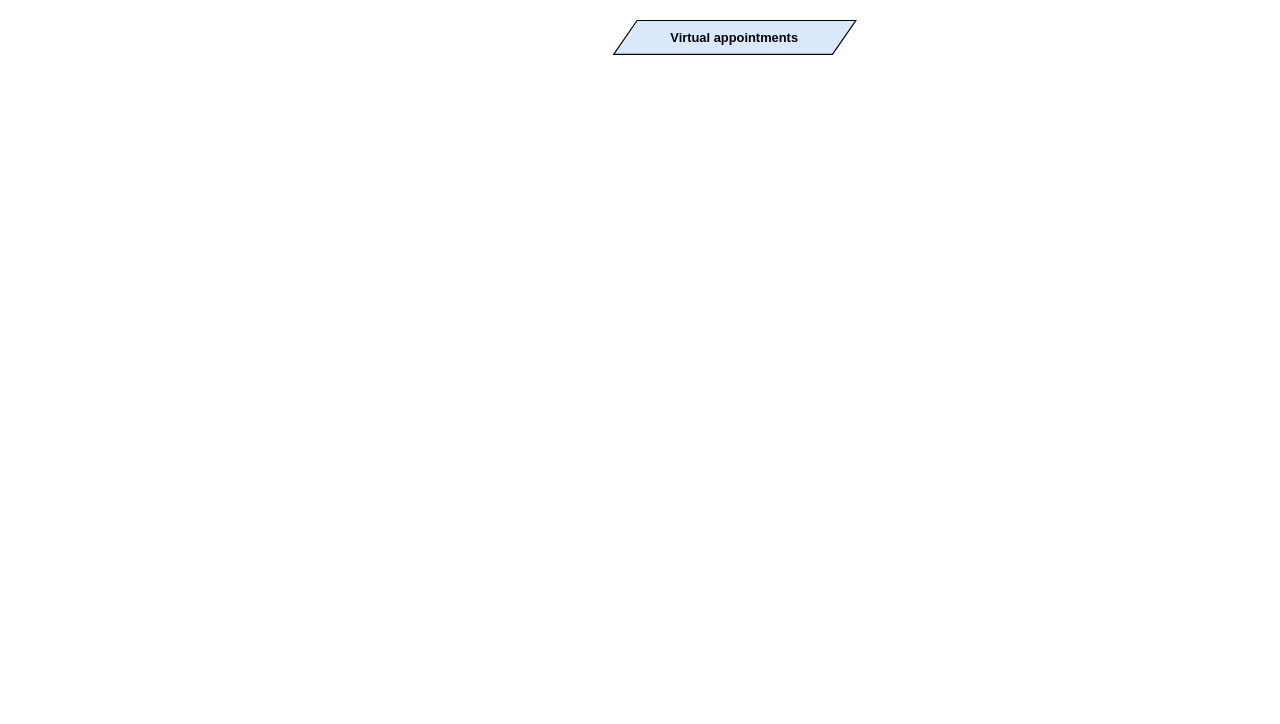
Above: Kaos/KAOS 14.drawio in RafaelCMira/myclinic-msp-project (draw.io), before the change. Source tidied: cells renumbered, new cells numbered last; positions are measured from the earlier drawing's top-left corner, leaving out a move shared by most shapes. Both pictures are drawn from the tidied source at 117%, with x=0, y=0 at pixel (613, 20).
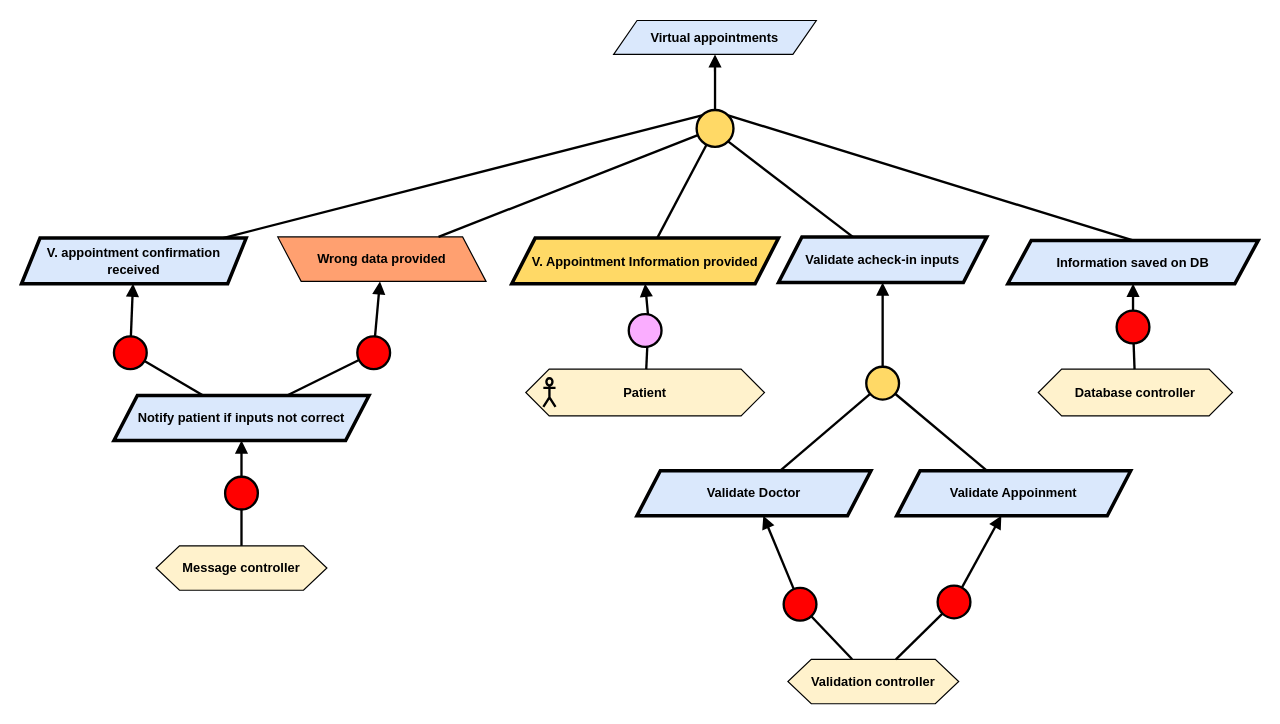
The same diagram, later.

The edit, as a diff of the source:
```diff
@@
+    <mxCell id="3" value="&lt;div&gt;&lt;b&gt;Validation controller&lt;/b&gt;&lt;/div&gt;" style="shape=hexagon;perimeter=hexagonPerimeter2;whiteSpace=wrap;html=1;fixedSize=1;fillColor=#FFF2CC;fontFamily=Helvetica;fontSize=11;fontColor=default;labelBackgroundColor=none;" parent="1" vertex="1">
+      <mxGeometry x="148.9" y="546" width="146" height="38" as="geometry" />
+    </mxCell>
+    <mxCell id="4" value="&lt;div&gt;&lt;b&gt;Message controller&lt;/b&gt;&lt;/div&gt;" style="shape=hexagon;perimeter=hexagonPerimeter2;whiteSpace=wrap;html=1;fixedSize=1;fillColor=#FFF2CC;fontFamily=Helvetica;fontSize=11;fontColor=default;labelBackgroundColor=none;" parent="1" vertex="1">
+      <mxGeometry x="-391.1" y="449" width="146" height="38" as="geometry" />
+    </mxCell>
+    <mxCell id="5" value="&lt;b&gt;V. appointment confirmation received&lt;/b&gt;" style="shape=parallelogram;perimeter=parallelogramPerimeter;whiteSpace=wrap;html=1;fixedSize=1;fillColor=#dae8fc;strokeColor=#000000;strokeWidth=3;fontFamily=Helvetica;fontSize=11;fontColor=default;labelBackgroundColor=none;size=15.809148879277927;" parent="1" vertex="1">
+      <mxGeometry x="-506.1" y="186" width="192" height="39" as="geometry" />
+    </mxCell>
+    <mxCell id="6" value="&lt;b&gt;V. Appointment Information provided&lt;/b&gt;" style="shape=parallelogram;perimeter=parallelogramPerimeter;whiteSpace=wrap;html=1;fixedSize=1;fillColor=#FFD966;strokeColor=#000000;strokeWidth=3;fontFamily=Helvetica;fontSize=11;fontColor=default;labelBackgroundColor=none;" parent="1" vertex="1">
+      <mxGeometry x="-87.1" y="186" width="228" height="39" as="geometry" />
+    </mxCell>
+    <mxCell id="7" value="&lt;b&gt;Validate acheck-in inputs&lt;/b&gt;" style="shape=parallelogram;perimeter=parallelogramPerimeter;whiteSpace=wrap;html=1;fixedSize=1;fillColor=#dae8fc;strokeColor=#000000;strokeWidth=3;fontFamily=Helvetica;fontSize=11;fontColor=default;labelBackgroundColor=none;" parent="1" vertex="1">
+      <mxGeometry x="140.9" y="185" width="178" height="39" as="geometry" />
+    </mxCell>
+    <mxCell id="8" style="group;fontFamily=Helvetica;fontSize=11;fontColor=default;labelBackgroundColor=default;" parent="1" vertex="1">
+      <mxGeometry x="-75.1" y="298" width="204" height="40" as="geometry" />
+    </mxCell>
+    <mxCell id="9" value="&lt;b&gt;Patient&lt;/b&gt;" style="shape=hexagon;perimeter=hexagonPerimeter2;whiteSpace=wrap;html=1;fixedSize=1;fillColor=#FFF2CC;fontFamily=Helvetica;fontSize=11;fontColor=default;labelBackgroundColor=none;" parent="8" vertex="1">
+      <mxGeometry width="204" height="40" as="geometry" />
+    </mxCell>
+    <mxCell id="10" style="shape=umlActor;verticalLabelPosition=bottom;verticalAlign=top;html=1;fillColor=none;strokeWidth=2;fontFamily=Helvetica;fontSize=11;fontColor=default;labelBackgroundColor=default;" parent="8" vertex="1">
+      <mxGeometry x="15" y="7.8" width="10.4" height="24.5" as="geometry" />
+    </mxCell>
+    <mxCell id="11" style="ellipse;whiteSpace=wrap;html=1;fillColor=#FAADFF;strokeWidth=2;fontFamily=Helvetica;fontSize=11;fontColor=default;labelBackgroundColor=default;" parent="1" vertex="1">
+      <mxGeometry x="12.9" y="251" width="28" height="28" as="geometry" />
+    </mxCell>
+    <mxCell id="12" style="endArrow=block;html=1;rounded=0;endFill=1;strokeWidth=2;strokeColor=default;align=center;verticalAlign=middle;fontFamily=Helvetica;fontSize=11;fontColor=default;labelBackgroundColor=default;" parent="1" edge="1" source="11" target="6">
+      <mxGeometry relative="1" as="geometry" />
+    </mxCell>
+    <mxCell id="13" style="endArrow=none;html=1;rounded=0;strokeWidth=2;strokeColor=default;align=center;verticalAlign=middle;fontFamily=Helvetica;fontSize=11;fontColor=default;labelBackgroundColor=default;" parent="1" edge="1" source="9" target="11">
+      <mxGeometry relative="1" as="geometry" />
+    </mxCell>
+    <mxCell id="14" style="ellipse;whiteSpace=wrap;html=1;fillColor=#FFD966;strokeWidth=2;" parent="1" vertex="1">
+      <mxGeometry x="70.9" y="76.5" width="31.5" height="31.5" as="geometry" />
+    </mxCell>
+    <mxCell id="15" style="endArrow=none;html=1;rounded=0;strokeWidth=2;" parent="1" edge="1" source="6" target="14">
+      <mxGeometry relative="1" as="geometry" />
+    </mxCell>
+    <mxCell id="16" style="endArrow=none;html=1;rounded=0;entryX=1;entryY=1;entryDx=0;entryDy=0;strokeWidth=2;" parent="1" edge="1" source="7" target="14">
+      <mxGeometry relative="1" as="geometry" />
+    </mxCell>
+    <mxCell id="17" style="endArrow=none;html=1;rounded=0;strokeWidth=2;exitX=0;exitY=0;exitDx=0;exitDy=0;" parent="1" edge="1" source="14" target="5">
+      <mxGeometry relative="1" as="geometry" />
+    </mxCell>
+    <mxCell id="18" style="ellipse;whiteSpace=wrap;html=1;fillColor=#FF0000;strokeWidth=2;" parent="1" vertex="1">
+      <mxGeometry x="-427.1" y="270" width="28" height="28" as="geometry" />
+    </mxCell>
+    <mxCell id="19" style="endArrow=block;html=1;rounded=0;endFill=1;strokeWidth=2;" parent="1" edge="1" source="18" target="5">
+      <mxGeometry relative="1" as="geometry" />
+    </mxCell>
+    <mxCell id="20" style="endArrow=none;html=1;rounded=0;strokeWidth=2;" parent="1" edge="1" source="33" target="18">
+      <mxGeometry relative="1" as="geometry" />
+    </mxCell>
+    <mxCell id="21" value="&lt;b&gt;Validate Doctor&lt;/b&gt;" style="shape=parallelogram;perimeter=parallelogramPerimeter;whiteSpace=wrap;html=1;fixedSize=1;fillColor=#dae8fc;strokeColor=#000000;strokeWidth=3;fontFamily=Helvetica;fontSize=11;fontColor=default;labelBackgroundColor=none;" parent="1" vertex="1">
+      <mxGeometry x="19.9" y="384.8" width="200" height="38.5" as="geometry" />
+    </mxCell>
+    <mxCell id="22" value="&lt;b&gt;Validate Appoinment&lt;/b&gt;" style="shape=parallelogram;perimeter=parallelogramPerimeter;whiteSpace=wrap;html=1;fixedSize=1;fillColor=#dae8fc;strokeColor=#000000;strokeWidth=3;fontFamily=Helvetica;fontSize=11;fontColor=default;labelBackgroundColor=none;" parent="1" vertex="1">
+      <mxGeometry x="241.9" y="384.8" width="200" height="38.5" as="geometry" />
+    </mxCell>
+    <mxCell id="23" style="ellipse;whiteSpace=wrap;html=1;fillColor=#FFD966;strokeWidth=2;" parent="1" vertex="1">
+      <mxGeometry x="215.9" y="296" width="28" height="28" as="geometry" />
+    </mxCell>
+    <mxCell id="24" style="endArrow=none;html=1;rounded=0;strokeWidth=2;" parent="1" edge="1" source="21" target="23">
+      <mxGeometry relative="1" as="geometry" />
+    </mxCell>
+    <mxCell id="25" style="endArrow=none;html=1;rounded=0;strokeWidth=2;" parent="1" edge="1" source="22" target="23">
+      <mxGeometry relative="1" as="geometry" />
+    </mxCell>
+    <mxCell id="26" style="endArrow=block;html=1;rounded=0;endFill=1;strokeWidth=2;" parent="1" edge="1" source="23" target="7">
+      <mxGeometry relative="1" as="geometry" />
+    </mxCell>
+    <mxCell id="27" style="ellipse;whiteSpace=wrap;html=1;fillColor=#FF0000;strokeWidth=2;" parent="1" vertex="1">
+      <mxGeometry x="145.3" y="485" width="28" height="28" as="geometry" />
+    </mxCell>
+    <mxCell id="28" style="endArrow=block;html=1;rounded=0;endFill=1;strokeWidth=2;" parent="1" edge="1" source="27" target="21">
+      <mxGeometry relative="1" as="geometry" />
+    </mxCell>
+    <mxCell id="29" style="endArrow=none;html=1;rounded=0;strokeWidth=2;" parent="1" edge="1" source="3" target="27">
+      <mxGeometry relative="1" as="geometry" />
+    </mxCell>
+    <mxCell id="30" style="ellipse;whiteSpace=wrap;html=1;fillColor=#FF0000;strokeWidth=2;" parent="1" vertex="1">
+      <mxGeometry x="276.9" y="483" width="28" height="28" as="geometry" />
+    </mxCell>
+    <mxCell id="31" style="endArrow=block;html=1;rounded=0;endFill=1;strokeWidth=2;" parent="1" edge="1" source="30" target="22">
+      <mxGeometry relative="1" as="geometry" />
+    </mxCell>
+    <mxCell id="32" style="endArrow=none;html=1;rounded=0;strokeWidth=2;" parent="1" edge="1" source="3" target="30">
+      <mxGeometry relative="1" as="geometry" />
+    </mxCell>
+    <mxCell id="33" value="&lt;b&gt;Notify patient if inputs not correct&lt;/b&gt;" style="shape=parallelogram;perimeter=parallelogramPerimeter;whiteSpace=wrap;html=1;fixedSize=1;fillColor=#dae8fc;strokeColor=#000000;strokeWidth=3;fontFamily=Helvetica;fontSize=11;fontColor=default;labelBackgroundColor=none;" parent="1" vertex="1">
+      <mxGeometry x="-427.1" y="320.5" width="218" height="38.5" as="geometry" />
+    </mxCell>
+    <mxCell id="34" value="&lt;b&gt;Information saved on DB&lt;/b&gt;" style="shape=parallelogram;perimeter=parallelogramPerimeter;whiteSpace=wrap;html=1;fixedSize=1;fillColor=#dae8fc;strokeColor=#000000;strokeWidth=3;fontFamily=Helvetica;fontSize=11;fontColor=default;labelBackgroundColor=none;" parent="1" vertex="1">
+      <mxGeometry x="336.9" y="188" width="214" height="37" as="geometry" />
+    </mxCell>
+    <mxCell id="35" style="endArrow=none;html=1;rounded=0;strokeWidth=2;entryX=1;entryY=0;entryDx=0;entryDy=0;exitX=0.5;exitY=0;exitDx=0;exitDy=0;" parent="1" edge="1" source="34" target="14">
+      <mxGeometry relative="1" as="geometry" />
+    </mxCell>
+    <mxCell id="36" value="&lt;div&gt;&lt;b&gt;Database controller&lt;/b&gt;&lt;/div&gt;" style="shape=hexagon;perimeter=hexagonPerimeter2;whiteSpace=wrap;html=1;fixedSize=1;fillColor=#FFF2CC;fontFamily=Helvetica;fontSize=11;fontColor=default;labelBackgroundColor=none;" parent="1" vertex="1">
+      <mxGeometry x="362.9" y="298" width="166" height="40" as="geometry" />
+    </mxCell>
+    <mxCell id="37" style="ellipse;whiteSpace=wrap;html=1;fillColor=#FF0505;strokeWidth=2;fontFamily=Helvetica;fontSize=11;fontColor=default;labelBackgroundColor=default;" parent="1" vertex="1">
+      <mxGeometry x="429.9" y="248" width="28" height="28" as="geometry" />
+    </mxCell>
+    <mxCell id="38" style="endArrow=block;html=1;rounded=0;endFill=1;strokeWidth=2;strokeColor=default;align=center;verticalAlign=middle;fontFamily=Helvetica;fontSize=11;fontColor=default;labelBackgroundColor=default;" parent="1" edge="1" source="37" target="34">
+      <mxGeometry relative="1" as="geometry" />
+    </mxCell>
+    <mxCell id="39" style="endArrow=none;html=1;rounded=0;strokeWidth=2;strokeColor=default;align=center;verticalAlign=middle;fontFamily=Helvetica;fontSize=11;fontColor=default;labelBackgroundColor=default;" parent="1" edge="1" source="36" target="37">
+      <mxGeometry relative="1" as="geometry" />
+    </mxCell>
+    <mxCell id="40" value="Wrong data provided" style="shape=parallelogram;perimeter=parallelogramPerimeter;whiteSpace=wrap;html=1;fixedSize=1;fillColor=#FFA070;fontStyle=1;fontFamily=Helvetica;fontSize=11;fontColor=default;labelBackgroundColor=none;flipH=1;flipV=0;" parent="1" vertex="1">
+      <mxGeometry x="-287.1" y="185" width="178" height="38" as="geometry" />
+    </mxCell>
+    <mxCell id="41" style="endArrow=none;html=1;rounded=0;strokeWidth=2;" parent="1" edge="1" source="14" target="40">
+      <mxGeometry relative="1" as="geometry" />
+    </mxCell>
+    <mxCell id="42" style="ellipse;whiteSpace=wrap;html=1;fillColor=#FF0000;strokeWidth=2;" parent="1" vertex="1">
+      <mxGeometry x="-219.1" y="270" width="28" height="28" as="geometry" />
+    </mxCell>
+    <mxCell id="43" style="endArrow=block;html=1;rounded=0;endFill=1;strokeWidth=2;" parent="1" edge="1" source="42" target="40">
+      <mxGeometry relative="1" as="geometry" />
+    </mxCell>
+    <mxCell id="44" style="endArrow=none;html=1;rounded=0;strokeWidth=2;" parent="1" edge="1" source="33" target="42">
+      <mxGeometry relative="1" as="geometry" />
+    </mxCell>
+    <mxCell id="45" style="ellipse;whiteSpace=wrap;html=1;fillColor=#FF0000;strokeWidth=2;" parent="1" vertex="1">
+      <mxGeometry x="-332.1" y="390" width="28" height="28" as="geometry" />
+    </mxCell>
+    <mxCell id="46" style="endArrow=block;html=1;rounded=0;endFill=1;strokeWidth=2;" parent="1" edge="1" source="45" target="33">
+      <mxGeometry relative="1" as="geometry" />
+    </mxCell>
+    <mxCell id="47" style="endArrow=none;html=1;rounded=0;strokeWidth=2;" parent="1" edge="1" source="4" target="45">
+      <mxGeometry relative="1" as="geometry" />
+    </mxCell>
+    <mxCell id="48" style="endArrow=block;html=1;rounded=0;endFill=1;strokeWidth=2;" parent="1" edge="1" source="14" target="2">
+      <mxGeometry relative="1" as="geometry" />
+    </mxCell>
     <mxCell id="2" value="&lt;b&gt;Virtual appointments&lt;/b&gt;" style="shape=parallelogram;perimeter=parallelogramPerimeter;whiteSpace=wrap;html=1;fixedSize=1;fillColor=#dae8fc;strokeColor=#000000;fontFamily=Helvetica;fontSize=11;fontColor=default;labelBackgroundColor=none;" parent="1" vertex="1">
-      <mxGeometry width="207" height="29" as="geometry" />
+      <mxGeometry width="173.2" height="29" as="geometry" />
     </mxCell>
```
